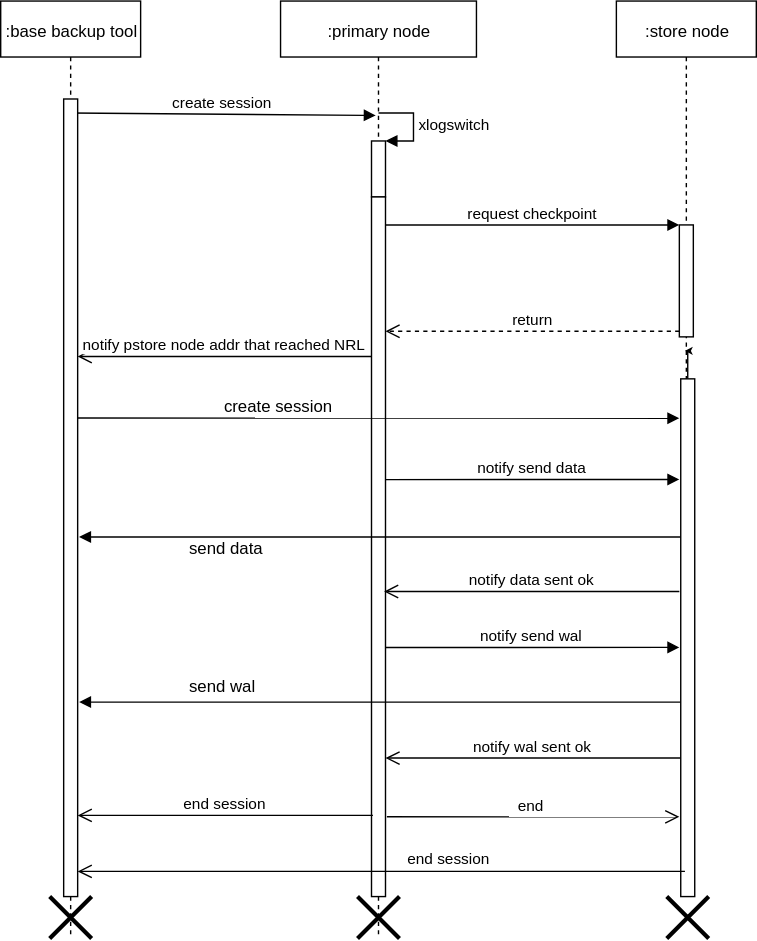
Earlier version of the draw.io export attachments/1640158663666.drawio.svg (simbahebinbo/smallfat.github.io). Source tidied: cells renumbered, new cells last; positions are measured from the earlier drawing's top-left corner, leaving out a move shared by most shapes. The source it was exported from:
```xml
<mxGraphModel>
  <root>
    <mxCell id="0" />
    <mxCell id="1" parent="0" />
    <mxCell id="2" value=":base backup tool" style="shape=umlLifeline;perimeter=lifelinePerimeter;whiteSpace=wrap;html=1;" parent="1" vertex="1">
      <mxGeometry width="100" height="670" as="geometry" />
    </mxCell>
    <mxCell id="3" value="create session" style="html=1;verticalAlign=bottom;endArrow=block;entryX=0.486;entryY=0.122;entryDx=0;entryDy=0;entryPerimeter=0;" parent="2" edge="1" target="6">
      <mxGeometry relative="1" as="geometry">
        <mxPoint x="50" y="80" as="sourcePoint" />
      </mxGeometry>
    </mxCell>
    <mxCell id="4" style="html=1;points=[];perimeter=orthogonalPerimeter;" parent="2" vertex="1">
      <mxGeometry x="45" y="70" width="10" height="570" as="geometry" />
    </mxCell>
    <mxCell id="5" style="shape=umlDestroy;whiteSpace=wrap;html=1;strokeWidth=3;" parent="2" vertex="1">
      <mxGeometry x="35" y="640" width="30" height="30" as="geometry" />
    </mxCell>
    <mxCell id="6" value=":primary node" style="html=1;points=[];perimeter=orthogonalPerimeter;shape=umlLifeline;participant=label;fontFamily=Helvetica;fontSize=12;fontColor=#000000;align=center;strokeColor=#000000;fillColor=#ffffff;" parent="1" vertex="1">
      <mxGeometry x="200" width="140" height="670" as="geometry" />
    </mxCell>
    <mxCell id="7" style="html=1;points=[];perimeter=orthogonalPerimeter;" parent="6" vertex="1">
      <mxGeometry x="65" y="100" width="10" height="40" as="geometry" />
    </mxCell>
    <mxCell id="8" value="xlogswitch" style="edgeStyle=orthogonalEdgeStyle;html=1;align=left;spacingLeft=2;endArrow=block;rounded=0;entryX=1;entryY=0;" parent="6" edge="1" target="7">
      <mxGeometry relative="1" as="geometry">
        <mxPoint x="70" y="80" as="sourcePoint" />
        <Array as="points">
          <mxPoint x="95" y="80" />
        </Array>
      </mxGeometry>
    </mxCell>
    <mxCell id="9" style="html=1;points=[];perimeter=orthogonalPerimeter;" parent="6" vertex="1">
      <mxGeometry x="65" y="140" width="10" height="500" as="geometry" />
    </mxCell>
    <mxCell id="10" style="shape=umlDestroy;whiteSpace=wrap;html=1;strokeWidth=3;" parent="6" vertex="1">
      <mxGeometry x="55" y="640" width="30" height="30" as="geometry" />
    </mxCell>
    <mxCell id="11" value=":store node" style="shape=umlLifeline;perimeter=lifelinePerimeter;whiteSpace=wrap;html=1;outlineConnect=0;" parent="1" vertex="1">
      <mxGeometry x="440" width="100" height="640" as="geometry" />
    </mxCell>
    <mxCell id="12" style="html=1;points=[];perimeter=orthogonalPerimeter;" parent="11" vertex="1">
      <mxGeometry x="45" y="160" width="10" height="80" as="geometry" />
    </mxCell>
    <mxCell id="13" style="edgeStyle=orthogonalEdgeStyle;rounded=0;jettySize=auto;html=1;" parent="11" edge="1" source="14" target="11">
      <mxGeometry relative="1" as="geometry" />
    </mxCell>
    <mxCell id="14" style="html=1;points=[];perimeter=orthogonalPerimeter;" parent="11" vertex="1">
      <mxGeometry x="46" y="270" width="10" height="370" as="geometry" />
    </mxCell>
    <mxCell id="15" value="request checkpoint" style="html=1;verticalAlign=bottom;endArrow=block;entryX=0;entryY=0;" parent="1" edge="1" source="9" target="12">
      <mxGeometry relative="1" as="geometry" />
    </mxCell>
    <mxCell id="16" value="return" style="html=1;verticalAlign=bottom;endArrow=open;endSize=8;exitX=0;exitY=0.95;dashed=1;" parent="1" edge="1" source="12" target="9">
      <mxGeometry relative="1" as="geometry" />
    </mxCell>
    <mxCell id="17" value="notify send data" style="html=1;verticalAlign=bottom;endArrow=block;entryX=-0.1;entryY=0.243;entryDx=0;entryDy=0;entryPerimeter=0;" parent="1" edge="1">
      <mxGeometry relative="1" as="geometry">
        <mxPoint x="275" y="342" as="sourcePoint" />
        <mxPoint x="485" y="341.9" as="targetPoint" />
      </mxGeometry>
    </mxCell>
    <mxCell id="18" value="notify pstore node addr that reached NRL" style="html=1;verticalAlign=bottom;endArrow=open;endSize=8;exitX=0;exitY=0.95;" parent="1" edge="1">
      <mxGeometry relative="1" as="geometry">
        <mxPoint x="265" y="254" as="sourcePoint" />
        <mxPoint x="55" y="254" as="targetPoint" />
      </mxGeometry>
    </mxCell>
    <mxCell id="19" value="create session" style="text;html=1;align=left;verticalAlign=top;spacingTop=-4;" parent="1" vertex="1">
      <mxGeometry x="158" y="280" width="90" height="20" as="geometry" />
    </mxCell>
    <mxCell id="20" style="html=1;verticalAlign=bottom;endArrow=block;" parent="1" edge="1">
      <mxGeometry relative="1" as="geometry">
        <mxPoint x="486" y="383" as="sourcePoint" />
        <mxPoint x="56" y="383" as="targetPoint" />
      </mxGeometry>
    </mxCell>
    <mxCell id="21" value="send data" style="text;html=1;align=left;verticalAlign=top;spacingTop=-4;" parent="1" vertex="1">
      <mxGeometry x="133" y="382" width="70" height="20" as="geometry" />
    </mxCell>
    <mxCell id="22" value="notify data sent ok" style="html=1;verticalAlign=bottom;endArrow=open;endSize=8;" parent="1" edge="1">
      <mxGeometry relative="1" as="geometry">
        <mxPoint x="485" y="422" as="sourcePoint" />
        <mxPoint x="274" y="422" as="targetPoint" />
      </mxGeometry>
    </mxCell>
    <mxCell id="23" style="html=1;verticalAlign=bottom;endArrow=block;entryX=-0.1;entryY=0.076;entryDx=0;entryDy=0;entryPerimeter=0;exitX=1;exitY=0.4;exitDx=0;exitDy=0;exitPerimeter=0;" parent="1" edge="1" source="4" target="14">
      <mxGeometry relative="1" as="geometry" />
    </mxCell>
    <mxCell id="24" value="notify send wal" style="html=1;verticalAlign=bottom;endArrow=block;entryX=-0.1;entryY=0.243;entryDx=0;entryDy=0;entryPerimeter=0;" parent="1" edge="1">
      <mxGeometry relative="1" as="geometry">
        <mxPoint x="275" y="462" as="sourcePoint" />
        <mxPoint x="485" y="461.9" as="targetPoint" />
      </mxGeometry>
    </mxCell>
    <mxCell id="25" style="html=1;verticalAlign=bottom;endArrow=block;" parent="1" edge="1">
      <mxGeometry relative="1" as="geometry">
        <mxPoint x="486" y="501" as="sourcePoint" />
        <mxPoint x="56" y="501" as="targetPoint" />
      </mxGeometry>
    </mxCell>
    <mxCell id="26" value="send wal" style="text;html=1;align=left;verticalAlign=top;spacingTop=-4;" parent="1" vertex="1">
      <mxGeometry x="133" y="480" width="60" height="20" as="geometry" />
    </mxCell>
    <mxCell id="27" value="notify wal sent ok" style="html=1;verticalAlign=bottom;endArrow=open;endSize=8;" parent="1" edge="1">
      <mxGeometry relative="1" as="geometry">
        <mxPoint x="486" y="541" as="sourcePoint" />
        <mxPoint x="275" y="541" as="targetPoint" />
      </mxGeometry>
    </mxCell>
    <mxCell id="28" value="end session" style="html=1;verticalAlign=bottom;endArrow=open;endSize=8;" parent="1" edge="1">
      <mxGeometry relative="1" as="geometry">
        <mxPoint x="266" y="582" as="sourcePoint" />
        <mxPoint x="55" y="582" as="targetPoint" />
      </mxGeometry>
    </mxCell>
    <mxCell id="29" value="end&amp;nbsp;" style="html=1;verticalAlign=bottom;endArrow=open;endSize=8;entryX=-0.1;entryY=0.919;entryDx=0;entryDy=0;entryPerimeter=0;" parent="1" edge="1">
      <mxGeometry relative="1" as="geometry">
        <mxPoint x="276" y="583" as="sourcePoint" />
        <mxPoint x="485" y="583" as="targetPoint" />
      </mxGeometry>
    </mxCell>
    <mxCell id="30" value="end session" style="html=1;verticalAlign=bottom;endArrow=open;endSize=8;" parent="1" edge="1">
      <mxGeometry x="-0.22" y="-1" relative="1" as="geometry">
        <mxPoint x="489" y="622" as="sourcePoint" />
        <mxPoint x="55" y="622" as="targetPoint" />
      </mxGeometry>
    </mxCell>
    <mxCell id="31" style="shape=umlDestroy;whiteSpace=wrap;html=1;strokeWidth=3;" parent="1" vertex="1">
      <mxGeometry x="476" y="640" width="30" height="30" as="geometry" />
    </mxCell>
  </root>
</mxGraphModel>
```
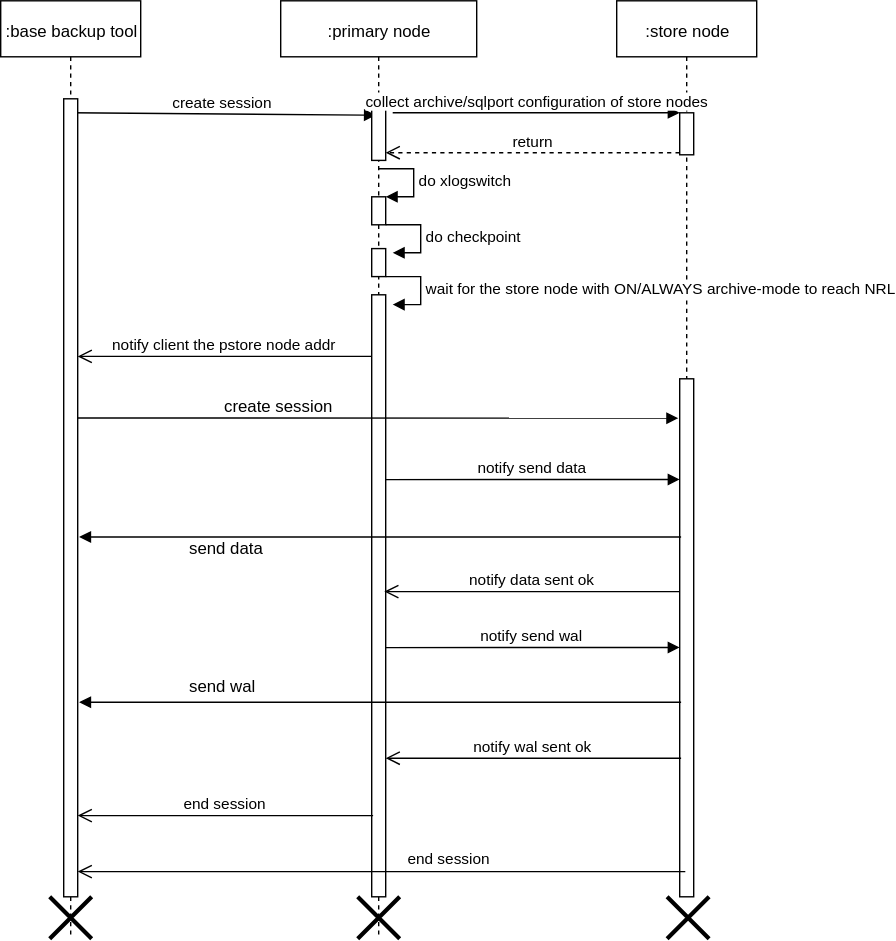
The same diagram one commit later.

Commit message:
添加附件 : attachments/1640158663666.drawio.svg

Change to the diagram source:
```diff
@@ -20,47 +20,41 @@
       <mxGeometry x="200" width="140" height="670" as="geometry" />
     </mxCell>
     <mxCell id="7" style="html=1;points=[];perimeter=orthogonalPerimeter;" parent="6" vertex="1">
-      <mxGeometry x="65" y="100" width="10" height="40" as="geometry" />
+      <mxGeometry x="65" y="140" width="10" height="20" as="geometry" />
     </mxCell>
-    <mxCell id="8" value="xlogswitch" style="edgeStyle=orthogonalEdgeStyle;html=1;align=left;spacingLeft=2;endArrow=block;rounded=0;entryX=1;entryY=0;" parent="6" edge="1" target="7">
+    <mxCell id="8" value="do xlogswitch" style="edgeStyle=orthogonalEdgeStyle;html=1;align=left;spacingLeft=2;endArrow=block;rounded=0;entryX=1;entryY=0;" parent="6" edge="1" target="7">
       <mxGeometry relative="1" as="geometry">
-        <mxPoint x="70" y="80" as="sourcePoint" />
+        <mxPoint x="70" y="120" as="sourcePoint" />
         <Array as="points">
-          <mxPoint x="95" y="80" />
+          <mxPoint x="95" y="120" />
         </Array>
       </mxGeometry>
     </mxCell>
     <mxCell id="9" style="html=1;points=[];perimeter=orthogonalPerimeter;" parent="6" vertex="1">
-      <mxGeometry x="65" y="140" width="10" height="500" as="geometry" />
+      <mxGeometry x="65" y="210" width="10" height="430" as="geometry" />
     </mxCell>
     <mxCell id="10" style="shape=umlDestroy;whiteSpace=wrap;html=1;strokeWidth=3;" parent="6" vertex="1">
       <mxGeometry x="55" y="640" width="30" height="30" as="geometry" />
     </mxCell>
+    <mxCell id="32" style="html=1;points=[];perimeter=orthogonalPerimeter;" parent="6" vertex="1">
+      <mxGeometry x="65" y="70" width="10" height="44" as="geometry" />
+    </mxCell>
     <mxCell id="11" value=":store node" style="shape=umlLifeline;perimeter=lifelinePerimeter;whiteSpace=wrap;html=1;outlineConnect=0;" parent="1" vertex="1">
       <mxGeometry x="440" width="100" height="640" as="geometry" />
     </mxCell>
-    <mxCell id="12" style="html=1;points=[];perimeter=orthogonalPerimeter;" parent="11" vertex="1">
-      <mxGeometry x="45" y="160" width="10" height="80" as="geometry" />
-    </mxCell>
-    <mxCell id="13" style="edgeStyle=orthogonalEdgeStyle;rounded=0;jettySize=auto;html=1;" parent="11" edge="1" source="14" target="11">
-      <mxGeometry relative="1" as="geometry" />
-    </mxCell>
     <mxCell id="14" style="html=1;points=[];perimeter=orthogonalPerimeter;" parent="11" vertex="1">
-      <mxGeometry x="46" y="270" width="10" height="370" as="geometry" />
+      <mxGeometry x="45" y="270" width="10" height="370" as="geometry" />
     </mxCell>
-    <mxCell id="15" value="request checkpoint" style="html=1;verticalAlign=bottom;endArrow=block;entryX=0;entryY=0;" parent="1" edge="1" source="9" target="12">
-      <mxGeometry relative="1" as="geometry" />
-    </mxCell>
-    <mxCell id="16" value="return" style="html=1;verticalAlign=bottom;endArrow=open;endSize=8;exitX=0;exitY=0.95;dashed=1;" parent="1" edge="1" source="12" target="9">
-      <mxGeometry relative="1" as="geometry" />
-    </mxCell>
+    <mxCell id="33" style="html=1;points=[];perimeter=orthogonalPerimeter;" parent="11" vertex="1">
+      <mxGeometry x="45" y="80" width="10" height="30" as="geometry" />
+    </mxCell>
     <mxCell id="17" value="notify send data" style="html=1;verticalAlign=bottom;endArrow=block;entryX=-0.1;entryY=0.243;entryDx=0;entryDy=0;entryPerimeter=0;" parent="1" edge="1">
       <mxGeometry relative="1" as="geometry">
         <mxPoint x="275" y="342" as="sourcePoint" />
         <mxPoint x="485" y="341.9" as="targetPoint" />
       </mxGeometry>
     </mxCell>
-    <mxCell id="18" value="notify pstore node addr that reached NRL" style="html=1;verticalAlign=bottom;endArrow=open;endSize=8;exitX=0;exitY=0.95;" parent="1" edge="1">
+    <mxCell id="18" value="notify client the pstore node addr" style="html=1;verticalAlign=bottom;endArrow=open;endSize=8;exitX=0;exitY=0.95;" parent="1" edge="1">
       <mxGeometry relative="1" as="geometry">
         <mxPoint x="265" y="254" as="sourcePoint" />
         <mxPoint x="55" y="254" as="targetPoint" />
@@ -114,12 +108,6 @@
         <mxPoint x="55" y="582" as="targetPoint" />
       </mxGeometry>
     </mxCell>
-    <mxCell id="29" value="end&amp;nbsp;" style="html=1;verticalAlign=bottom;endArrow=open;endSize=8;entryX=-0.1;entryY=0.919;entryDx=0;entryDy=0;entryPerimeter=0;" parent="1" edge="1">
-      <mxGeometry relative="1" as="geometry">
-        <mxPoint x="276" y="583" as="sourcePoint" />
-        <mxPoint x="485" y="583" as="targetPoint" />
-      </mxGeometry>
-    </mxCell>
     <mxCell id="30" value="end session" style="html=1;verticalAlign=bottom;endArrow=open;endSize=8;" parent="1" edge="1">
       <mxGeometry x="-0.22" y="-1" relative="1" as="geometry">
         <mxPoint x="489" y="622" as="sourcePoint" />
@@ -129,5 +117,34 @@
     <mxCell id="31" style="shape=umlDestroy;whiteSpace=wrap;html=1;strokeWidth=3;" parent="1" vertex="1">
       <mxGeometry x="476" y="640" width="30" height="30" as="geometry" />
     </mxCell>
+    <mxCell id="34" value="do checkpoint" style="edgeStyle=orthogonalEdgeStyle;html=1;align=left;spacingLeft=2;endArrow=block;rounded=0;entryX=1;entryY=0;" parent="1" edge="1">
+      <mxGeometry relative="1" as="geometry">
+        <mxPoint x="275" y="160" as="sourcePoint" />
+        <mxPoint x="280" y="180" as="targetPoint" />
+        <Array as="points">
+          <mxPoint x="300" y="160" />
+        </Array>
+      </mxGeometry>
+    </mxCell>
+    <mxCell id="35" value="collect archive/sqlport configuration of store nodes" style="html=1;verticalAlign=bottom;endArrow=block;entryX=0;entryY=0;" parent="1" edge="1" target="33">
+      <mxGeometry relative="1" as="geometry">
+        <mxPoint x="280" y="80" as="sourcePoint" />
+      </mxGeometry>
+    </mxCell>
+    <mxCell id="16" value="return" style="html=1;verticalAlign=bottom;endArrow=open;dashed=1;endSize=8;exitX=0;exitY=0.95;" parent="1" edge="1" source="33" target="32">
+      <mxGeometry relative="1" as="geometry" />
+    </mxCell>
+    <mxCell id="36" style="html=1;perimeter=orthogonalPerimeter;" parent="1" vertex="1">
+      <mxGeometry x="265" y="177" width="10" height="20" as="geometry" />
+    </mxCell>
+    <mxCell id="37" value="wait for the store node with ON/ALWAYS archive-mode to reach NRL" style="edgeStyle=orthogonalEdgeStyle;html=1;align=left;spacingLeft=2;endArrow=block;rounded=0;entryX=1;entryY=0;" parent="1" edge="1">
+      <mxGeometry relative="1" as="geometry">
+        <mxPoint x="275" y="197" as="sourcePoint" />
+        <mxPoint x="280" y="217" as="targetPoint" />
+        <Array as="points">
+          <mxPoint x="300" y="197" />
+        </Array>
+      </mxGeometry>
+    </mxCell>
   </root>
 </mxGraphModel>
```
